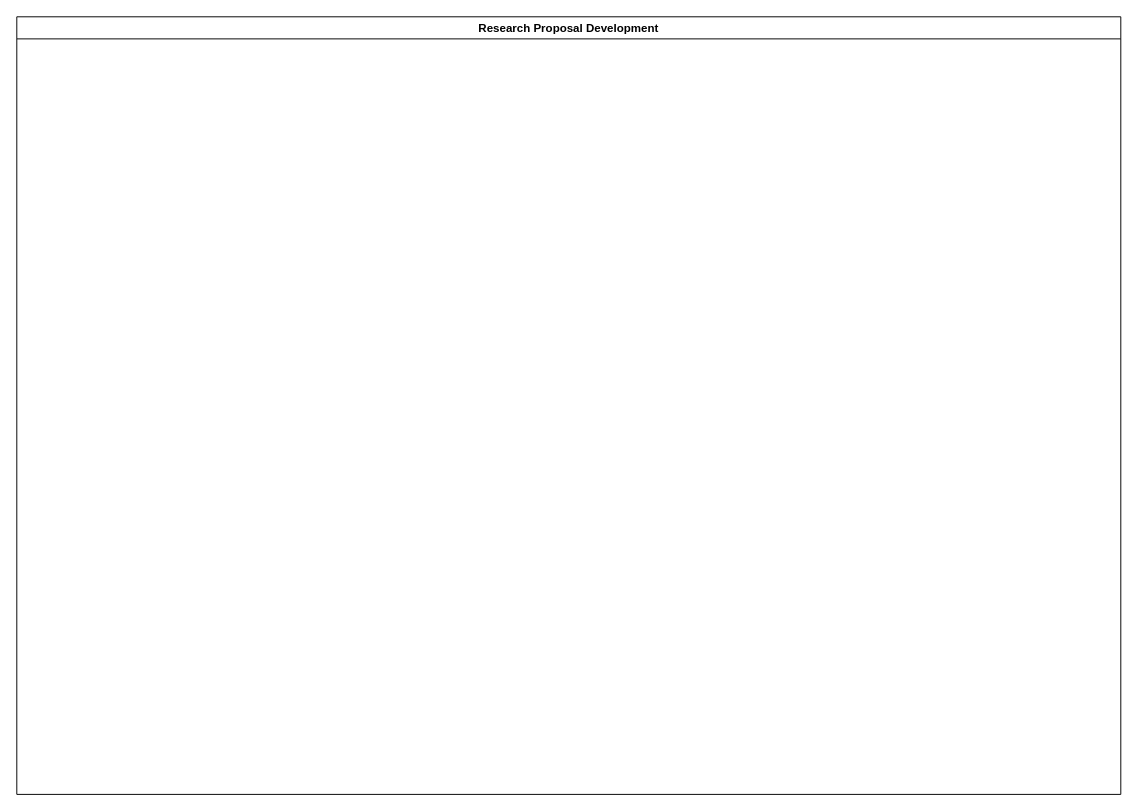
Before: KEFRI_R&D-Research Proposal Development.drawio in kmagua/flowcharts, a draw.io diagram. Source tidied: cells renumbered, new cells numbered last; positions are measured from the earlier drawing's top-left corner, leaving out a move shared by most shapes. Both pictures are drawn from the tidied source at 96%, with x=0, y=0 at pixel (16, 16).
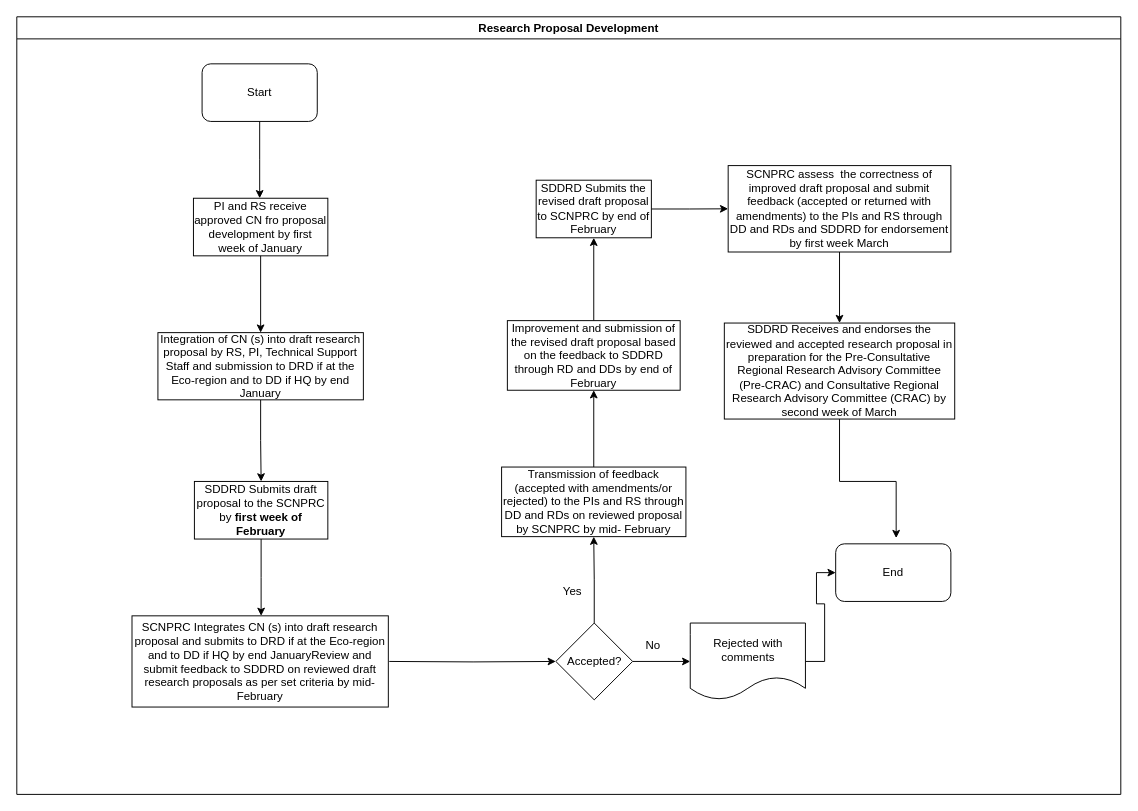
The same diagram, later.

The change refers to these unchanged cells:
```xml
<mxCell id="2" value="Research Proposal Development" style="swimlane;" parent="1" vertex="1">
  <mxGeometry width="1150" height="810" as="geometry" />
</mxCell>
```

What changed in the source:
```diff
@@
+    <mxCell id="3" value="Start" style="rounded=1;whiteSpace=wrap;html=1;" parent="2" vertex="1">
+      <mxGeometry x="193" y="49" width="120" height="60" as="geometry" />
+    </mxCell>
+    <mxCell id="4" value="PI and RS receive approved CN fro proposal development by first week of January" style="rounded=0;whiteSpace=wrap;html=1;" parent="2" vertex="1">
+      <mxGeometry x="184" y="189" width="140" height="60" as="geometry" />
+    </mxCell>
+    <mxCell id="5" value="No" style="text;html=1;strokeColor=none;fillColor=none;align=center;verticalAlign=middle;whiteSpace=wrap;rounded=0;" parent="2" vertex="1">
+      <mxGeometry x="643" y="645" width="40" height="20" as="geometry" />
+    </mxCell>
+    <mxCell id="6" value="Yes" style="text;html=1;strokeColor=none;fillColor=none;align=center;verticalAlign=middle;whiteSpace=wrap;rounded=0;" parent="2" vertex="1">
+      <mxGeometry x="559" y="589" width="40" height="20" as="geometry" />
+    </mxCell>
+    <mxCell id="7" value="End" style="rounded=1;whiteSpace=wrap;html=1;" parent="2" vertex="1">
+      <mxGeometry x="853" y="549" width="120" height="60" as="geometry" />
+    </mxCell>
+    <mxCell id="8" style="edgeStyle=orthogonalEdgeStyle;rounded=0;jettySize=auto;html=1;" parent="1" edge="1" source="3">
+      <mxGeometry relative="1" as="geometry">
+        <mxPoint x="253" y="189" as="targetPoint" />
+      </mxGeometry>
+    </mxCell>
+    <mxCell id="9" style="edgeStyle=orthogonalEdgeStyle;rounded=0;jettySize=auto;html=1;" parent="1" edge="1" source="10" target="13">
+      <mxGeometry relative="1" as="geometry" />
+    </mxCell>
+    <mxCell id="10" value="Integration of CN (s) into draft research proposal by RS, PI, Technical Support Staff and submission to DRD if at the Eco-region and to DD if HQ by end January" style="whiteSpace=wrap;html=1;rounded=0;" parent="1" vertex="1">
+      <mxGeometry x="147" y="329" width="214" height="70" as="geometry" />
+    </mxCell>
+    <mxCell id="11" style="edgeStyle=orthogonalEdgeStyle;rounded=0;jettySize=auto;html=1;" parent="1" edge="1" source="4" target="10">
+      <mxGeometry relative="1" as="geometry" />
+    </mxCell>
+    <mxCell id="12" style="edgeStyle=orthogonalEdgeStyle;rounded=0;jettySize=auto;html=1;" parent="1" edge="1" source="13">
+      <mxGeometry relative="1" as="geometry">
+        <mxPoint x="254.5" y="624" as="targetPoint" />
+      </mxGeometry>
+    </mxCell>
+    <mxCell id="13" value="SDDRD Submits draft proposal to the SCNPRC by &lt;b&gt;first week of&lt;br/&gt;February&lt;/b&gt;&lt;br/&gt;" style="whiteSpace=wrap;html=1;rounded=0;" parent="1" vertex="1">
+      <mxGeometry x="185" y="484" width="139" height="60" as="geometry" />
+    </mxCell>
+    <mxCell id="14" style="edgeStyle=orthogonalEdgeStyle;rounded=0;jettySize=auto;html=1;" parent="1" edge="1" target="18">
+      <mxGeometry relative="1" as="geometry">
+        <mxPoint x="388" y="671.5" as="sourcePoint" />
+      </mxGeometry>
+    </mxCell>
+    <mxCell id="15" value="SCNPRC Integrates CN (s) into draft research proposal and submits to DRD if at the Eco-region and to DD if HQ by end JanuaryReview and submit feedback to SDDRD on reviewed draft research proposals as per set criteria by mid-February" style="whiteSpace=wrap;html=1;rounded=0;" parent="1" vertex="1">
+      <mxGeometry x="120" y="624" width="267" height="95" as="geometry" />
+    </mxCell>
+    <mxCell id="16" style="edgeStyle=orthogonalEdgeStyle;rounded=0;jettySize=auto;html=1;" parent="1" edge="1" source="18" target="20">
+      <mxGeometry relative="1" as="geometry" />
+    </mxCell>
+    <mxCell id="17" style="edgeStyle=orthogonalEdgeStyle;rounded=0;jettySize=auto;html=1;" parent="1" edge="1" source="18" target="22">
+      <mxGeometry relative="1" as="geometry" />
+    </mxCell>
+    <mxCell id="18" value="Accepted?" style="rhombus;whiteSpace=wrap;html=1;rounded=0;" parent="1" vertex="1">
+      <mxGeometry x="561.5" y="631.5" width="80" height="80" as="geometry" />
+    </mxCell>
+    <mxCell id="19" style="edgeStyle=orthogonalEdgeStyle;rounded=0;jettySize=auto;html=1;entryX=0;entryY=0.5;entryDx=0;entryDy=0;" parent="1" edge="1" source="20" target="7">
+      <mxGeometry relative="1" as="geometry" />
+    </mxCell>
+    <mxCell id="20" value="Rejected with comments" style="shape=document;whiteSpace=wrap;html=1;boundedLbl=1;rounded=0;" parent="1" vertex="1">
+      <mxGeometry x="701.5" y="631.5" width="120" height="80" as="geometry" />
+    </mxCell>
+    <mxCell id="21" style="edgeStyle=orthogonalEdgeStyle;rounded=0;jettySize=auto;html=1;" parent="1" edge="1" source="22" target="24">
+      <mxGeometry relative="1" as="geometry" />
+    </mxCell>
+    <mxCell id="22" value="Transmission of feedback (accepted with amendments/or rejected) to the PIs and RS through DD and RDs on reviewed proposal by SCNPRC by mid- February" style="whiteSpace=wrap;html=1;rounded=0;" parent="1" vertex="1">
+      <mxGeometry x="505" y="469" width="192" height="72.5" as="geometry" />
+    </mxCell>
+    <mxCell id="23" style="edgeStyle=orthogonalEdgeStyle;rounded=0;jettySize=auto;html=1;" parent="1" edge="1" source="24" target="26">
+      <mxGeometry relative="1" as="geometry" />
+    </mxCell>
+    <mxCell id="24" value="Improvement and submission of the revised draft proposal based on the feedback to SDDRD through RD and DDs by end of February " style="whiteSpace=wrap;html=1;rounded=0;" parent="1" vertex="1">
+      <mxGeometry x="511" y="316.5" width="180" height="72.5" as="geometry" />
+    </mxCell>
+    <mxCell id="25" style="edgeStyle=orthogonalEdgeStyle;rounded=0;jettySize=auto;html=1;" parent="1" edge="1" source="26" target="28">
+      <mxGeometry relative="1" as="geometry" />
+    </mxCell>
+    <mxCell id="26" value="SDDRD Submits the revised draft proposal to SCNPRC by end of February" style="whiteSpace=wrap;html=1;rounded=0;" parent="1" vertex="1">
+      <mxGeometry x="541" y="170.2" width="120" height="60" as="geometry" />
+    </mxCell>
+    <mxCell id="27" style="edgeStyle=orthogonalEdgeStyle;rounded=0;jettySize=auto;html=1;" parent="1" edge="1" source="28" target="30">
+      <mxGeometry relative="1" as="geometry" />
+    </mxCell>
+    <mxCell id="28" value="SCNPRC assess&amp;nbsp; the correctness of improved draft proposal and submit feedback (accepted or returned with amendments) to the PIs and RS through DD and RDs and SDDRD for endorsement by first week March" style="whiteSpace=wrap;html=1;rounded=0;" parent="1" vertex="1">
+      <mxGeometry x="741" y="155" width="232" height="90" as="geometry" />
+    </mxCell>
+    <mxCell id="29" style="edgeStyle=orthogonalEdgeStyle;rounded=0;jettySize=auto;html=1;entryX=0.525;entryY=-0.1;entryDx=0;entryDy=0;entryPerimeter=0;" parent="1" edge="1" source="30" target="7">
+      <mxGeometry relative="1" as="geometry" />
+    </mxCell>
+    <mxCell id="30" value="SDDRD Receives and endorses the reviewed and accepted research proposal in preparation for the Pre-Consultative Regional Research Advisory Committee (Pre-CRAC) and Consultative Regional Research Advisory Committee (CRAC) by second week of March" style="whiteSpace=wrap;html=1;rounded=0;" parent="1" vertex="1">
+      <mxGeometry x="737" y="319" width="240" height="100" as="geometry" />
+    </mxCell>
```
